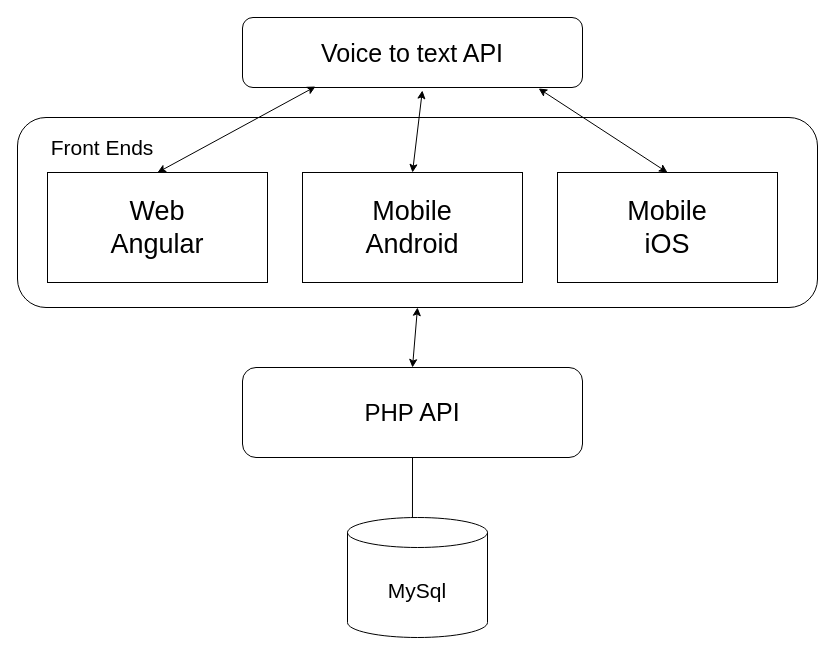
Earlier version of the draw.io diagram system overview.drawio (linkjjones/hey-accountant). Source tidied: cells renumbered, new cells numbered last; positions are measured from the earlier drawing's top-left corner, leaving out a move shared by most shapes. Both pictures are drawn from the tidied source at 100%, with x=0, y=0 at pixel (17, 17).
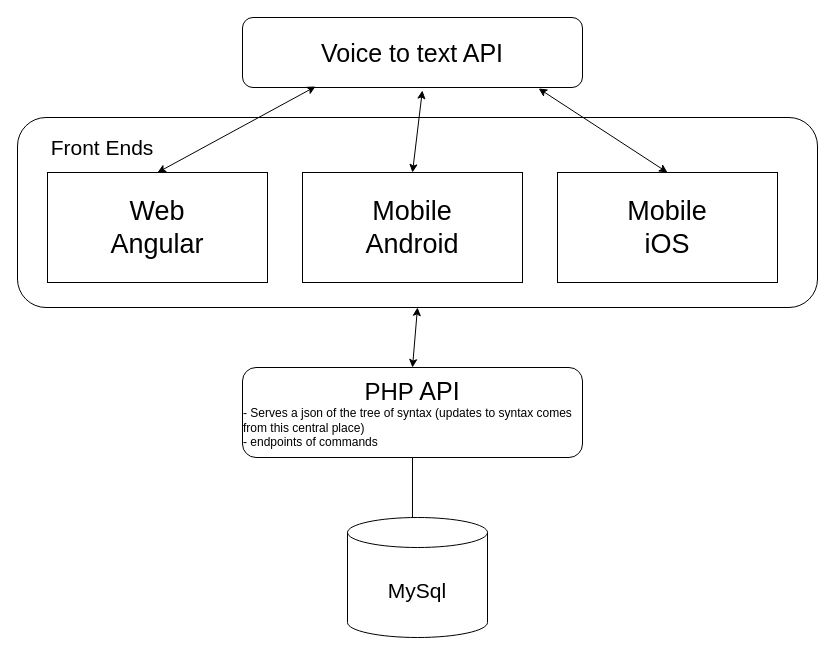
Above is the later version.

The edit, as a diff of the source:
```diff
@@
 <mxGraphModel>
   <root>
     <mxCell id="0" />
     <mxCell id="1" parent="0" />
     <mxCell id="2" style="rounded=1;whiteSpace=wrap;html=1;" parent="1" vertex="1">
       <mxGeometry y="100" width="800" height="190" as="geometry" />
     </mxCell>
     <mxCell id="3" value="&lt;div style=&quot;font-size: 21px;&quot;&gt;Front Ends&lt;/div&gt;" style="text;html=1;strokeColor=none;fillColor=none;align=center;verticalAlign=middle;whiteSpace=wrap;rounded=0;" parent="1" vertex="1">
       <mxGeometry x="25" y="110" width="120" height="40" as="geometry" />
     </mxCell>
     <mxCell id="4" value="&lt;div&gt;Web&lt;/div&gt;&lt;div&gt;Angular&lt;br&gt;&lt;/div&gt;" style="rounded=0;whiteSpace=wrap;html=1;fontSize=27;" parent="1" vertex="1">
       <mxGeometry x="30" y="155" width="220" height="110" as="geometry" />
     </mxCell>
     <mxCell id="5" value="&lt;div&gt;Mobile&lt;/div&gt;&lt;div&gt;Android&lt;br&gt;&lt;/div&gt;" style="rounded=0;whiteSpace=wrap;html=1;fontSize=27;" parent="1" vertex="1">
       <mxGeometry x="285" y="155" width="220" height="110" as="geometry" />
     </mxCell>
     <mxCell id="6" value="&lt;div&gt;Mobile&lt;/div&gt;&lt;div&gt;iOS&lt;br&gt;&lt;/div&gt;" style="rounded=0;whiteSpace=wrap;html=1;fontSize=27;" parent="1" vertex="1">
       <mxGeometry x="540" y="155" width="220" height="110" as="geometry" />
     </mxCell>
     <mxCell id="7" value="&lt;font style=&quot;font-size: 25px;&quot;&gt;Voice to text API&lt;/font&gt;" style="rounded=1;whiteSpace=wrap;html=1;" parent="1" vertex="1">
       <mxGeometry x="225" width="340" height="70" as="geometry" />
     </mxCell>
     <mxCell id="8" style="edgeStyle=orthogonalEdgeStyle;rounded=0;jettySize=auto;html=1;exitX=0.5;exitY=1;exitDx=0;exitDy=0;entryX=0.464;entryY=0.167;entryDx=0;entryDy=0;entryPerimeter=0;fontSize=21;" parent="1" edge="1" source="9" target="13">
       <mxGeometry relative="1" as="geometry" />
     </mxCell>
-    <mxCell id="9" value="&lt;font style=&quot;font-size: 24px;&quot;&gt;PHP&lt;/font&gt;&lt;font style=&quot;font-size: 25px;&quot;&gt; API&lt;/font&gt;" style="rounded=1;whiteSpace=wrap;html=1;" parent="1" vertex="1">
+    <mxCell id="9" value="&lt;div&gt;&lt;font style=&quot;font-size: 24px;&quot;&gt;PHP&lt;/font&gt;&lt;font style=&quot;font-size: 25px;&quot;&gt; API&lt;br&gt;&lt;/font&gt;&lt;/div&gt;&lt;div align=&quot;left&quot;&gt;- Serves a json of the tree of syntax (updates to syntax comes from this central place)&lt;br&gt;&lt;/div&gt;&lt;div align=&quot;left&quot;&gt;- endpoints of commands&lt;br&gt;&lt;/div&gt;" style="rounded=1;whiteSpace=wrap;html=1;" parent="1" vertex="1">
       <mxGeometry x="225" y="350" width="340" height="90" as="geometry" />
     </mxCell>
     <mxCell id="10" style="endArrow=classic;startArrow=classic;html=1;rounded=0;fontSize=21;entryX=0.215;entryY=0.986;entryDx=0;entryDy=0;entryPerimeter=0;exitX=0.5;exitY=0;exitDx=0;exitDy=0;" parent="1" edge="1" source="4" target="7">
       <mxGeometry relative="1" as="geometry" />
     </mxCell>
     <mxCell id="11" style="endArrow=classic;startArrow=classic;html=1;rounded=0;fontSize=21;entryX=0.871;entryY=1.014;entryDx=0;entryDy=0;entryPerimeter=0;exitX=0.5;exitY=0;exitDx=0;exitDy=0;" parent="1" edge="1" source="6" target="7">
       <mxGeometry relative="1" as="geometry" />
     </mxCell>
     <mxCell id="12" style="endArrow=classic;startArrow=classic;html=1;rounded=0;fontSize=21;entryX=0.529;entryY=1.043;entryDx=0;entryDy=0;entryPerimeter=0;exitX=0.5;exitY=0;exitDx=0;exitDy=0;" parent="1" edge="1" source="5" target="7">
       <mxGeometry relative="1" as="geometry" />
     </mxCell>
     <mxCell id="13" value="&lt;div&gt;MySql&lt;/div&gt;" style="shape=cylinder3;whiteSpace=wrap;html=1;boundedLbl=1;backgroundOutline=1;size=15;fontSize=21;" parent="1" vertex="1">
       <mxGeometry x="330" y="500" width="140" height="120" as="geometry" />
     </mxCell>
     <mxCell id="14" style="endArrow=classic;startArrow=classic;html=1;rounded=0;fontSize=21;entryX=0.5;entryY=1;entryDx=0;entryDy=0;exitX=0.5;exitY=0;exitDx=0;exitDy=0;" parent="1" edge="1" source="9" target="2">
       <mxGeometry relative="1" as="geometry" />
     </mxCell>
   </root>
 </mxGraphModel>
```
